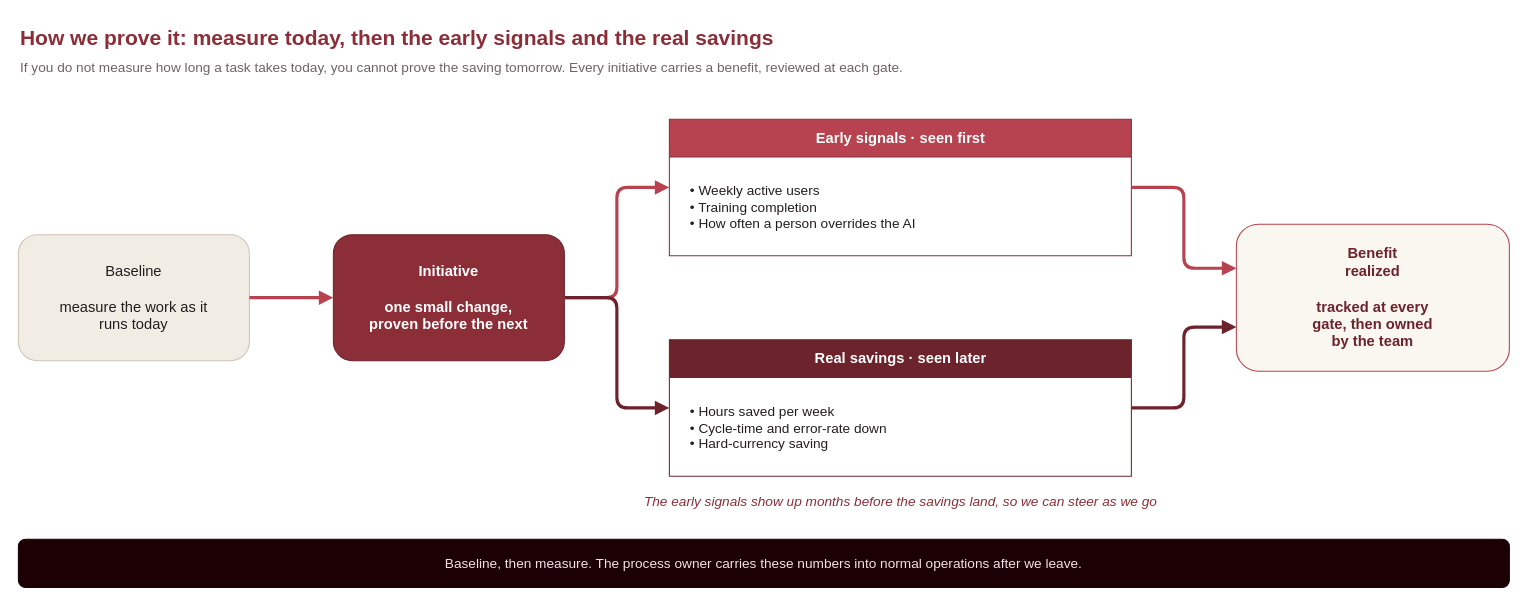
Earlier version of the draw.io diagram diagrams/6-benefits.drawio (ademczuk/top-spirit-delivery). Source tidied: cells renumbered, new cells numbered last; positions are measured from the earlier drawing's top-left corner, leaving out a move shared by most shapes. Both pictures are drawn from the tidied source at 105%, with x=0, y=0 at pixel (18, 18).
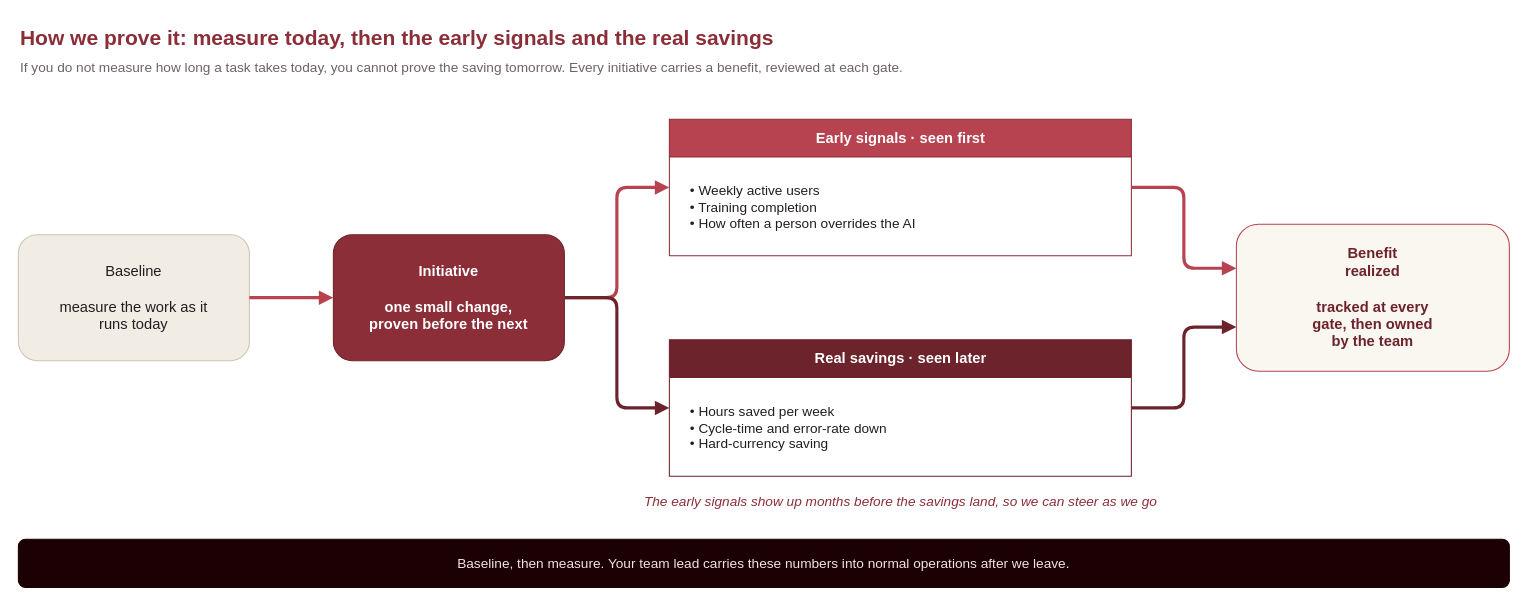
The same diagram, later.

Change to the diagram source:
```diff
@@
 <mxGraphModel background="#ffffff">
   <root>
     <mxCell id="0" />
     <mxCell id="1" parent="0" />
     <mxCell id="2" value="How we prove it: measure today, then the early signals and the real savings" style="text;html=1;align=left;verticalAlign=middle;fontColor=#8b2e38;fontSize=20;fontStyle=1;" parent="1" vertex="1">
       <mxGeometry width="1420" height="36" as="geometry" />
     </mxCell>
     <mxCell id="3" value="If you do not measure how long a task takes today, you cannot prove the saving tomorrow. Every initiative carries a benefit, reviewed at each gate." style="text;html=1;align=left;verticalAlign=middle;fontColor=#6e6266;fontSize=13;" parent="1" vertex="1">
       <mxGeometry y="36" width="1420" height="22" as="geometry" />
     </mxCell>
     <mxCell id="4" value="Baseline&#10;&#10;measure the work as it&#10;runs today" style="rounded=1;html=1;whiteSpace=wrap;fillColor=#f1ece4;strokeColor=#cfc4b4;fontColor=#241d1f;fontSize=14;align=center;verticalAlign=middle;" parent="1" vertex="1">
       <mxGeometry y="206" width="220" height="120" as="geometry" />
     </mxCell>
     <mxCell id="5" value="Initiative&#10;&#10;one small change,&#10;proven before the next" style="rounded=1;html=1;whiteSpace=wrap;fillColor=#8b2e38;strokeColor=#6d232b;fontColor=#ffffff;fontSize=14;fontStyle=1;align=center;verticalAlign=middle;" parent="1" vertex="1">
       <mxGeometry x="300" y="206" width="220" height="120" as="geometry" />
     </mxCell>
     <mxCell id="6" value="Early signals  ·  seen first" style="swimlane;html=1;startSize=36;fillColor=#b6434f;swimlaneFillColor=#ffffff;strokeColor=#8b2e38;fontColor=#ffffff;fontSize=14;fontStyle=1;align=center;" parent="1" vertex="1">
       <mxGeometry x="620" y="96" width="440" height="130" as="geometry" />
     </mxCell>
     <mxCell id="7" value="• Weekly active users&#10;• Training completion&#10;• How often a person overrides the AI" style="text;html=1;align=left;verticalAlign=middle;fontColor=#241d1f;fontSize=13;spacingLeft=6;" parent="6" vertex="1">
       <mxGeometry x="12" y="42" width="416" height="84" as="geometry" />
     </mxCell>
     <mxCell id="8" value="Real savings  ·  seen later" style="swimlane;html=1;startSize=36;fillColor=#6d232b;swimlaneFillColor=#ffffff;strokeColor=#6d232b;fontColor=#ffffff;fontSize=14;fontStyle=1;align=center;" parent="1" vertex="1">
       <mxGeometry x="620" y="306" width="440" height="130" as="geometry" />
     </mxCell>
     <mxCell id="9" value="• Hours saved per week&#10;• Cycle-time and error-rate down&#10;• Hard-currency saving" style="text;html=1;align=left;verticalAlign=middle;fontColor=#241d1f;fontSize=13;spacingLeft=6;" parent="8" vertex="1">
       <mxGeometry x="12" y="42" width="416" height="84" as="geometry" />
     </mxCell>
     <mxCell id="10" value="Benefit&#10;realized&#10;&#10;tracked at every&#10;gate, then owned&#10;by the team" style="rounded=1;html=1;whiteSpace=wrap;fillColor=#faf6f0;strokeColor=#b6434f;fontColor=#6d232b;fontSize=14;fontStyle=1;align=center;verticalAlign=middle;" parent="1" vertex="1">
       <mxGeometry x="1160" y="196" width="260" height="140" as="geometry" />
     </mxCell>
     <mxCell id="11" style="edgeStyle=orthogonalEdgeStyle;rounded=0;html=1;strokeColor=#b6434f;strokeWidth=3;endArrow=block;endFill=1;exitX=1;exitY=0.5;entryX=0;entryY=0.5;" parent="1" edge="1" source="4" target="5">
       <mxGeometry relative="1" as="geometry" />
     </mxCell>
     <mxCell id="12" style="edgeStyle=orthogonalEdgeStyle;rounded=1;html=1;strokeColor=#b6434f;strokeWidth=3;endArrow=block;endFill=1;exitX=1;exitY=0.5;entryX=0;entryY=0.5;" parent="1" edge="1" source="5" target="6">
       <mxGeometry relative="1" as="geometry" />
     </mxCell>
     <mxCell id="13" style="edgeStyle=orthogonalEdgeStyle;rounded=1;html=1;strokeColor=#6d232b;strokeWidth=3;endArrow=block;endFill=1;exitX=1;exitY=0.5;entryX=0;entryY=0.5;" parent="1" edge="1" source="5" target="8">
       <mxGeometry relative="1" as="geometry" />
     </mxCell>
     <mxCell id="14" style="edgeStyle=orthogonalEdgeStyle;rounded=1;html=1;strokeColor=#b6434f;strokeWidth=3;endArrow=block;endFill=1;exitX=1;exitY=0.5;entryX=0;entryY=0.3;" parent="1" edge="1" source="6" target="10">
       <mxGeometry relative="1" as="geometry" />
     </mxCell>
     <mxCell id="15" style="edgeStyle=orthogonalEdgeStyle;rounded=1;html=1;strokeColor=#6d232b;strokeWidth=3;endArrow=block;endFill=1;exitX=1;exitY=0.5;entryX=0;entryY=0.7;" parent="1" edge="1" source="8" target="10">
       <mxGeometry relative="1" as="geometry" />
     </mxCell>
     <mxCell id="16" value="The early signals show up months before the savings land, so we can steer as we go" style="text;html=1;align=center;fontColor=#8b2e38;fontSize=13;fontStyle=2;" parent="1" vertex="1">
       <mxGeometry x="620" y="446" width="440" height="24" as="geometry" />
     </mxCell>
-    <mxCell id="17" value="Baseline, then measure. The process owner carries these numbers into normal operations after we leave." style="rounded=1;html=1;whiteSpace=wrap;fillColor=#1b0104;strokeColor=#1b0104;fontColor=#f3e2e4;fontSize=13;align=center;verticalAlign=middle;" parent="1" vertex="1">
+    <mxCell id="17" value="Baseline, then measure. Your team lead carries these numbers into normal operations after we leave." style="rounded=1;html=1;whiteSpace=wrap;fillColor=#1b0104;strokeColor=#1b0104;fontColor=#f3e2e4;fontSize=13;align=center;verticalAlign=middle;" parent="1" vertex="1">
       <mxGeometry y="496" width="1420" height="46" as="geometry" />
     </mxCell>
   </root>
 </mxGraphModel>
```
